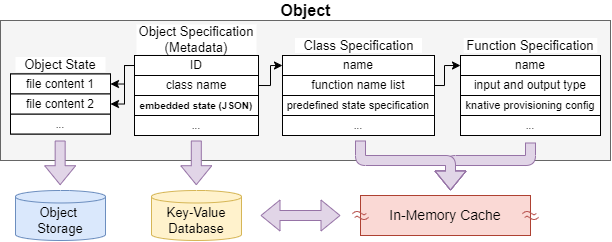
The draw.io diagram doc/diagrams/oaas_datamodel_v3.dio.png in hpcclab/OaaS, before a commit. Source tidied: cells renumbered, new cells last; positions are measured from the earlier drawing's top-left corner, leaving out a move shared by most shapes. Its diagram source:
```xml
<mxGraphModel>
  <root>
    <mxCell id="0" />
    <mxCell id="1" parent="0" />
    <mxCell id="2" style="rounded=0;whiteSpace=wrap;html=1;labelBackgroundColor=none;fontSize=13;strokeColor=#666666;fillColor=#f5f5f5;fontColor=#333333;" parent="1" vertex="1">
      <mxGeometry y="20" width="610" height="140" as="geometry" />
    </mxCell>
    <mxCell id="3" value="Object" style="text;html=1;align=center;verticalAlign=middle;strokeColor=none;fillColor=none;fontSize=16;fontStyle=1;" parent="1" vertex="1">
      <mxGeometry x="270" width="70" height="20" as="geometry" />
    </mxCell>
    <mxCell id="4" style="rounded=0;whiteSpace=wrap;html=1;labelBackgroundColor=none;fontSize=12;strokeColor=#000000;verticalAlign=top;" parent="1" vertex="1">
      <mxGeometry x="10" y="73.5" width="100" height="60" as="geometry" />
    </mxCell>
    <mxCell id="5" value="Object &lt;br&gt;Storage" style="shape=cylinder3;whiteSpace=wrap;html=1;boundedLbl=1;backgroundOutline=1;size=6.239990234375;labelBackgroundColor=none;fontSize=13;strokeColor=#6c8ebf;fillColor=#dae8fc;" parent="1" vertex="1">
      <mxGeometry x="15" y="190" width="90" height="50" as="geometry" />
    </mxCell>
    <mxCell id="6" style="rounded=0;whiteSpace=wrap;html=1;labelBackgroundColor=none;fontSize=13;strokeColor=#000000;" parent="1" vertex="1">
      <mxGeometry x="460" y="55" width="140" height="80" as="geometry" />
    </mxCell>
    <mxCell id="7" style="edgeStyle=orthogonalEdgeStyle;rounded=0;jettySize=auto;html=1;entryX=0;entryY=0.5;entryDx=0;entryDy=0;fontSize=12;startArrow=none;startFill=0;endArrow=classic;endFill=1;strokeWidth=1;exitX=1;exitY=0.5;exitDx=0;exitDy=0;" parent="1" edge="1" source="26" target="30">
      <mxGeometry relative="1" as="geometry">
        <Array as="points">
          <mxPoint x="270" y="85" />
          <mxPoint x="270" y="65" />
        </Array>
      </mxGeometry>
    </mxCell>
    <mxCell id="8" value="class name" style="rounded=0;whiteSpace=wrap;html=1;labelBackgroundColor=none;fontSize=10;strokeColor=#9673a6;fillColor=#e1d5e7;" parent="1" vertex="1">
      <mxGeometry x="140" y="95" width="100" height="20" as="geometry" />
    </mxCell>
    <mxCell id="9" value="..." style="rounded=0;whiteSpace=wrap;html=1;labelBackgroundColor=none;fontSize=10;" parent="1" vertex="1">
      <mxGeometry x="134" y="115" width="124" height="20" as="geometry" />
    </mxCell>
    <mxCell id="10" style="edgeStyle=orthogonalEdgeStyle;rounded=0;jettySize=auto;html=1;entryX=0;entryY=0.5;entryDx=0;entryDy=0;fontSize=16;startArrow=none;startFill=0;endArrow=classic;endFill=1;strokeWidth=1;fillColor=default;exitX=1;exitY=0.5;exitDx=0;exitDy=0;" parent="1" edge="1" source="29" target="11">
      <mxGeometry relative="1" as="geometry">
        <Array as="points">
          <mxPoint x="444" y="85" />
          <mxPoint x="444" y="65" />
        </Array>
      </mxGeometry>
    </mxCell>
    <mxCell id="11" value="name" style="rounded=0;whiteSpace=wrap;html=1;labelBackgroundColor=none;fontSize=10;strokeColor=#82b366;fillColor=#d5e8d4;" parent="1" vertex="1">
      <mxGeometry x="460" y="55" width="140" height="20" as="geometry" />
    </mxCell>
    <mxCell id="12" value="input and output type" style="rounded=0;whiteSpace=wrap;html=1;labelBackgroundColor=none;fontSize=10;strokeColor=#82b366;fillColor=#d5e8d4;" parent="1" vertex="1">
      <mxGeometry x="460" y="75" width="140" height="20" as="geometry" />
    </mxCell>
    <mxCell id="13" value="knative provisioning config" style="rounded=0;whiteSpace=wrap;html=1;labelBackgroundColor=none;fontSize=11;" parent="1" vertex="1">
      <mxGeometry x="460" y="95" width="140" height="20" as="geometry" />
    </mxCell>
    <mxCell id="14" value="..." style="rounded=0;whiteSpace=wrap;html=1;labelBackgroundColor=none;fontSize=10;" parent="1" vertex="1">
      <mxGeometry x="282" y="115" width="152" height="20" as="geometry" />
    </mxCell>
    <mxCell id="15" value="..." style="rounded=0;whiteSpace=wrap;html=1;labelBackgroundColor=none;fontSize=10;" parent="1" vertex="1">
      <mxGeometry x="460" y="115" width="140" height="20" as="geometry" />
    </mxCell>
    <mxCell id="16" value="&lt;span style=&quot;font-size: 13px;&quot;&gt;Object State&lt;/span&gt;" style="text;whiteSpace=wrap;html=1;fontSize=13;align=center;verticalAlign=middle;fillColor=default;" parent="1" vertex="1">
      <mxGeometry x="15" y="56.5" width="90" height="15" as="geometry" />
    </mxCell>
    <mxCell id="17" value="..." style="rounded=0;whiteSpace=wrap;html=1;labelBackgroundColor=none;fontSize=10;" parent="1" vertex="1">
      <mxGeometry x="10" y="113.5" width="100" height="20" as="geometry" />
    </mxCell>
    <mxCell id="18" value="In-Memory Cache" style="rounded=0;whiteSpace=wrap;html=1;fontFamily=Helvetica;fontSize=14;align=center;strokeColor=#ae4132;fillColor=#fad9d5;" parent="1" vertex="1">
      <mxGeometry x="360" y="195" width="170" height="40" as="geometry" />
    </mxCell>
    <mxCell id="19" value="Key-Value&lt;br&gt;Database" style="shape=cylinder3;whiteSpace=wrap;html=1;boundedLbl=1;backgroundOutline=1;size=6.239990234375;labelBackgroundColor=none;fontSize=13;strokeColor=#d6b656;fillColor=#fff2cc;" parent="1" vertex="1">
      <mxGeometry x="151" y="190" width="90" height="50" as="geometry" />
    </mxCell>
    <mxCell id="20" style="shape=flexArrow;endArrow=classic;html=1;rounded=0;fontSize=10;strokeWidth=1;fillColor=#e1d5e7;strokeColor=#9673a6;" parent="1" edge="1">
      <mxGeometry relative="1" as="geometry">
        <mxPoint x="59.7" y="140" as="sourcePoint" />
        <mxPoint x="59.7" y="184.7" as="targetPoint" />
      </mxGeometry>
    </mxCell>
    <mxCell id="21" style="shape=flexArrow;endArrow=classic;html=1;rounded=0;fontSize=10;strokeWidth=1;fillColor=#e1d5e7;strokeColor=#9673a6;" parent="1" edge="1">
      <mxGeometry relative="1" as="geometry">
        <mxPoint x="195.8" y="140" as="sourcePoint" />
        <mxPoint x="195.8" y="184.7" as="targetPoint" />
      </mxGeometry>
    </mxCell>
    <mxCell id="22" style="shape=flexArrow;endArrow=classic;html=1;rounded=1;fontSize=10;strokeWidth=1;fillColor=#e1d5e7;strokeColor=#9673a6;" parent="1" edge="1">
      <mxGeometry relative="1" as="geometry">
        <mxPoint x="530" y="142" as="sourcePoint" />
        <mxPoint x="450" y="190" as="targetPoint" />
        <Array as="points">
          <mxPoint x="530" y="160" />
          <mxPoint x="450" y="160" />
        </Array>
      </mxGeometry>
    </mxCell>
    <mxCell id="23" style="shape=flexArrow;endArrow=classic;html=1;rounded=1;fontSize=10;strokeWidth=1;fillColor=#e1d5e7;strokeColor=#9673a6;sketch=0;targetPerimeterSpacing=0;sourcePerimeterSpacing=0;" parent="1" edge="1">
      <mxGeometry relative="1" as="geometry">
        <mxPoint x="360" y="140" as="sourcePoint" />
        <mxPoint x="450" y="190" as="targetPoint" />
        <Array as="points">
          <mxPoint x="360" y="160" />
          <mxPoint x="450" y="160" />
        </Array>
      </mxGeometry>
    </mxCell>
    <mxCell id="24" value="file content 1" style="rounded=0;whiteSpace=wrap;html=1;labelBackgroundColor=none;fontSize=12;" parent="1" vertex="1">
      <mxGeometry x="10" y="73.5" width="100" height="20" as="geometry" />
    </mxCell>
    <mxCell id="25" value="file content 2" style="rounded=0;whiteSpace=wrap;html=1;labelBackgroundColor=none;fontSize=12;" parent="1" vertex="1">
      <mxGeometry x="10" y="93.5" width="100" height="20" as="geometry" />
    </mxCell>
    <mxCell id="26" value="class name" style="rounded=0;whiteSpace=wrap;html=1;labelBackgroundColor=none;fontSize=12;" parent="1" vertex="1">
      <mxGeometry x="134" y="75" width="124" height="20" as="geometry" />
    </mxCell>
    <mxCell id="27" value="&lt;b&gt;embedded state (JSON)&lt;/b&gt;" style="rounded=0;whiteSpace=wrap;html=1;labelBackgroundColor=none;fontSize=10;" parent="1" vertex="1">
      <mxGeometry x="134" y="95" width="124" height="20" as="geometry" />
    </mxCell>
    <mxCell id="28" value="predefined state specification" style="rounded=0;whiteSpace=wrap;html=1;labelBackgroundColor=none;fontSize=11;" parent="1" vertex="1">
      <mxGeometry x="282" y="95" width="152" height="20" as="geometry" />
    </mxCell>
    <mxCell id="29" value="function name list" style="rounded=0;whiteSpace=wrap;html=1;labelBackgroundColor=none;fontSize=12;" parent="1" vertex="1">
      <mxGeometry x="282" y="75" width="152" height="20" as="geometry" />
    </mxCell>
    <mxCell id="30" value="name" style="rounded=0;whiteSpace=wrap;html=1;labelBackgroundColor=none;fontSize=12;" parent="1" vertex="1">
      <mxGeometry x="282" y="55" width="152" height="20" as="geometry" />
    </mxCell>
    <mxCell id="31" value="name" style="rounded=0;whiteSpace=wrap;html=1;labelBackgroundColor=none;fontSize=12;" parent="1" vertex="1">
      <mxGeometry x="460" y="55" width="140" height="20" as="geometry" />
    </mxCell>
    <mxCell id="32" value="input and output type" style="rounded=0;whiteSpace=wrap;html=1;labelBackgroundColor=none;fontSize=12;" parent="1" vertex="1">
      <mxGeometry x="460" y="75" width="140" height="20" as="geometry" />
    </mxCell>
    <mxCell id="33" style="shape=flexArrow;endArrow=classic;html=1;rounded=0;fontSize=10;strokeWidth=1;fillColor=#e1d5e7;strokeColor=#9673a6;startArrow=block;" parent="1" edge="1">
      <mxGeometry relative="1" as="geometry">
        <mxPoint x="340" y="215" as="sourcePoint" />
        <mxPoint x="260" y="215" as="targetPoint" />
      </mxGeometry>
    </mxCell>
    <mxCell id="34" style="endArrow=classic;html=1;rounded=1;sketch=0;fontSize=11;sourcePerimeterSpacing=0;targetPerimeterSpacing=0;strokeColor=#b85450;strokeWidth=1;fillColor=#f8cecc;shape=link;edgeStyle=isometricEdgeStyle;width=4.579439252336449;" parent="1" edge="1">
      <mxGeometry relative="1" as="geometry">
        <mxPoint x="353" y="215" as="sourcePoint" />
        <mxPoint x="367" y="215" as="targetPoint" />
      </mxGeometry>
    </mxCell>
    <mxCell id="35" style="endArrow=classic;html=1;rounded=1;sketch=0;fontSize=11;sourcePerimeterSpacing=0;targetPerimeterSpacing=0;strokeColor=#b85450;strokeWidth=1;fillColor=#f8cecc;shape=link;edgeStyle=isometricEdgeStyle;width=4.579439252336449;" parent="1" edge="1">
      <mxGeometry relative="1" as="geometry">
        <mxPoint x="523" y="215" as="sourcePoint" />
        <mxPoint x="537" y="215" as="targetPoint" />
      </mxGeometry>
    </mxCell>
    <mxCell id="36" style="edgeStyle=orthogonalEdgeStyle;rounded=0;jettySize=auto;html=1;exitX=0;exitY=0.5;exitDx=0;exitDy=0;entryX=1;entryY=0.5;entryDx=0;entryDy=0;strokeWidth=1;" parent="1" edge="1" source="37" target="25">
      <mxGeometry relative="1" as="geometry">
        <Array as="points">
          <mxPoint x="124" y="65" />
          <mxPoint x="124" y="104" />
        </Array>
      </mxGeometry>
    </mxCell>
    <mxCell id="37" value="ID" style="rounded=0;whiteSpace=wrap;html=1;labelBackgroundColor=none;fontSize=12;" parent="1" vertex="1">
      <mxGeometry x="134" y="55" width="124" height="20" as="geometry" />
    </mxCell>
    <mxCell id="38" style="edgeStyle=orthogonalEdgeStyle;rounded=0;jettySize=auto;html=1;exitX=0;exitY=0.5;exitDx=0;exitDy=0;entryX=1;entryY=0.5;entryDx=0;entryDy=0;strokeWidth=1;" parent="1" edge="1" source="37" target="24">
      <mxGeometry relative="1" as="geometry">
        <Array as="points">
          <mxPoint x="124" y="65" />
          <mxPoint x="124" y="83" />
        </Array>
      </mxGeometry>
    </mxCell>
    <mxCell id="39" value="&lt;span style=&quot;font-size: 13px;&quot;&gt;Object&amp;nbsp;&lt;/span&gt;&lt;span style=&quot;font-size: 13px;&quot;&gt;Specification&lt;/span&gt;&lt;br style=&quot;font-size: 13px;&quot;&gt;&lt;span style=&quot;font-size: 13px;&quot;&gt;(Metadata)&lt;/span&gt;" style="text;whiteSpace=wrap;html=1;fontSize=13;align=center;verticalAlign=middle;fillColor=default;" parent="1" vertex="1">
      <mxGeometry x="136" y="24" width="120" height="30" as="geometry" />
    </mxCell>
    <mxCell id="40" value="&lt;span style=&quot;font-size: 13px;&quot;&gt;Class Specification&lt;/span&gt;" style="text;whiteSpace=wrap;html=1;fontSize=13;align=center;verticalAlign=middle;fillColor=default;" parent="1" vertex="1">
      <mxGeometry x="294.5" y="37.5" width="127" height="15" as="geometry" />
    </mxCell>
    <mxCell id="41" value="&lt;span style=&quot;font-size: 13px;&quot;&gt;Function Specification&lt;/span&gt;" style="text;whiteSpace=wrap;html=1;fontSize=13;align=center;verticalAlign=middle;fillColor=default;" parent="1" vertex="1">
      <mxGeometry x="463.2" y="37.5" width="133.5" height="15" as="geometry" />
    </mxCell>
  </root>
</mxGraphModel>
```
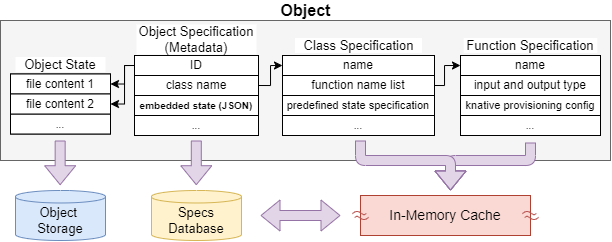
The same diagram one commit later.

Diff of the diagram source:
```diff
@@ -63,7 +63,7 @@
     <mxCell id="18" value="In-Memory Cache" style="rounded=0;whiteSpace=wrap;html=1;fontFamily=Helvetica;fontSize=14;align=center;strokeColor=#ae4132;fillColor=#fad9d5;" parent="1" vertex="1">
       <mxGeometry x="360" y="195" width="170" height="40" as="geometry" />
     </mxCell>
-    <mxCell id="19" value="Key-Value&lt;br&gt;Database" style="shape=cylinder3;whiteSpace=wrap;html=1;boundedLbl=1;backgroundOutline=1;size=6.239990234375;labelBackgroundColor=none;fontSize=13;strokeColor=#d6b656;fillColor=#fff2cc;" parent="1" vertex="1">
+    <mxCell id="19" value="Specs&lt;br&gt;Database" style="shape=cylinder3;whiteSpace=wrap;html=1;boundedLbl=1;backgroundOutline=1;size=6.239990234375;labelBackgroundColor=none;fontSize=13;strokeColor=#d6b656;fillColor=#fff2cc;" parent="1" vertex="1">
       <mxGeometry x="151" y="190" width="90" height="50" as="geometry" />
     </mxCell>
     <mxCell id="20" style="shape=flexArrow;endArrow=classic;html=1;rounded=0;fontSize=10;strokeWidth=1;fillColor=#e1d5e7;strokeColor=#9673a6;" parent="1" edge="1">
```
